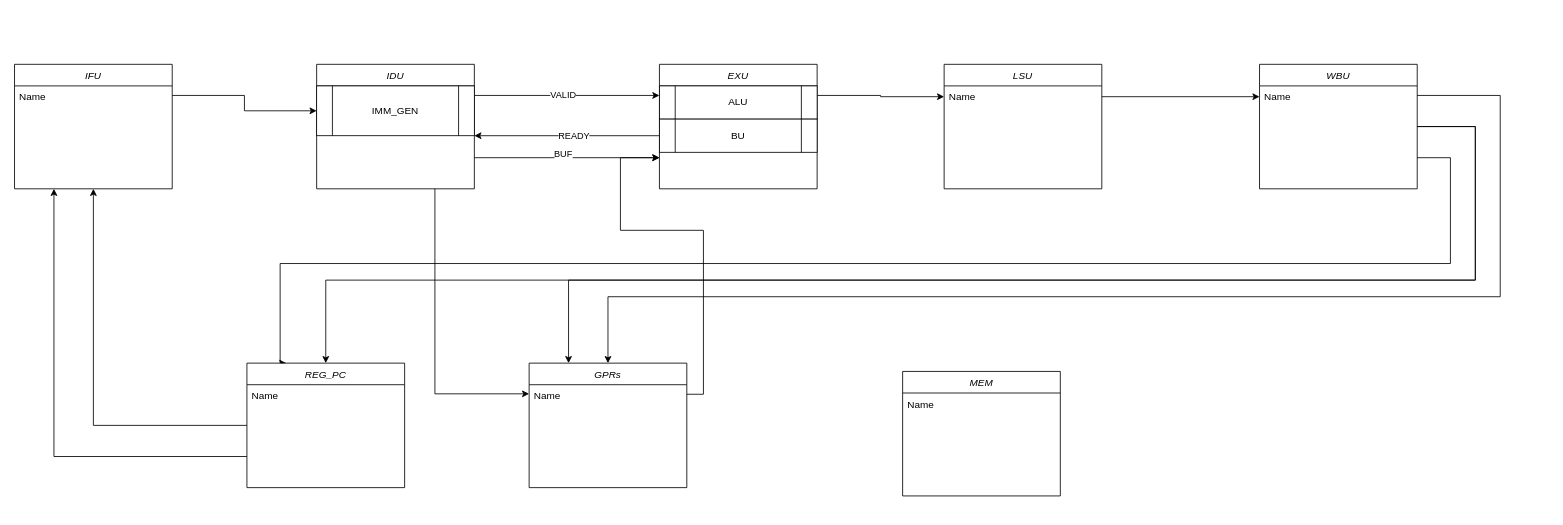
This is efactor_npc.drawio from rand-kcs/demo, a draw.io file, before an edit. Source tidied: cells renumbered, new cells numbered last; positions are measured from the earlier drawing's top-left corner, leaving out a move shared by most shapes. Both pictures are drawn from the tidied source at 83%, with x=0, y=0 at pixel (14, 64).
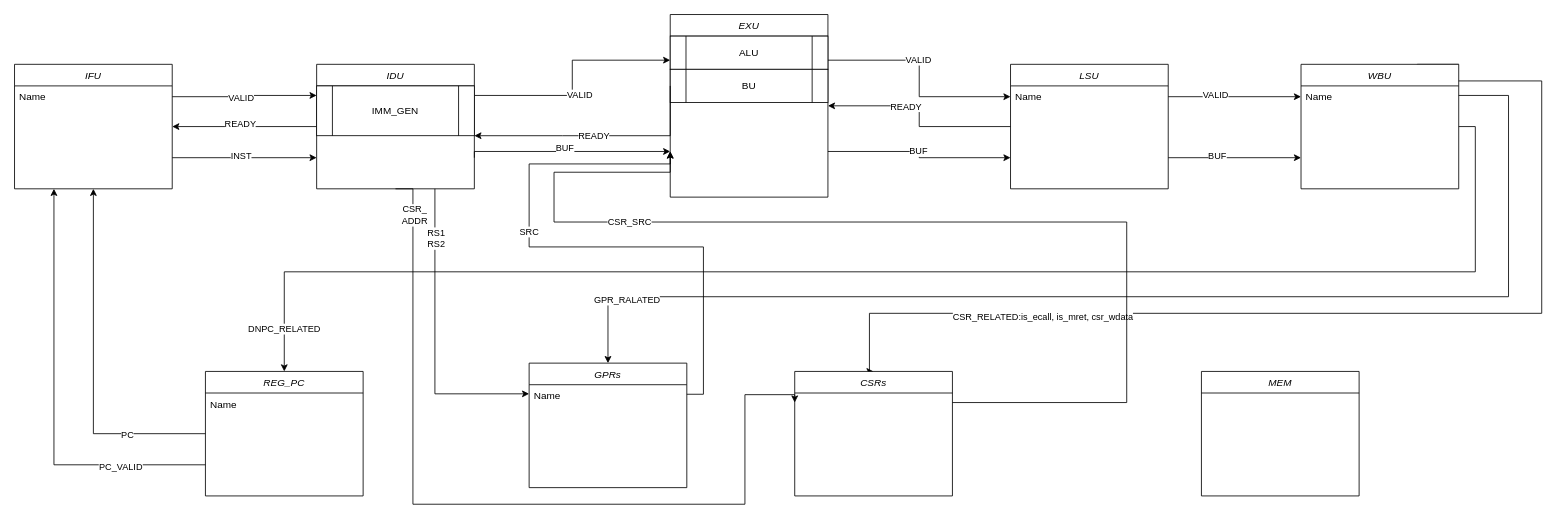
The same diagram, later.

The change refers to these unchanged cells:
```xml
<mxCell id="3" value="IFU" style="swimlane;fontStyle=2;align=center;verticalAlign=top;horizontal=1;startSize=26;rounded=0;shadow=0;strokeWidth=1;" parent="1" vertex="1">
  <mxGeometry width="190" height="150" as="geometry" />
</mxCell>
<mxCell id="4" value="Name" style="text;align=left;verticalAlign=top;spacingLeft=4;spacingRight=4;overflow=hidden;points=[[0,0.5],[1,0.5]];portConstraint=eastwest;" parent="3" vertex="1">
  <mxGeometry y="26" width="190" height="26" as="geometry" />
</mxCell>
<mxCell id="11" style="edgeStyle=orthogonalEdgeStyle;rounded=0;jettySize=auto;html=1;exitX=1;exitY=0.25;exitDx=0;exitDy=0;entryX=0;entryY=0.5;entryDx=0;entryDy=0;" parent="1" edge="1" source="12" target="23">
  <mxGeometry relative="1" as="geometry" />
</mxCell>
<mxCell id="19" style="edgeStyle=orthogonalEdgeStyle;rounded=0;jettySize=auto;html=1;exitX=0.75;exitY=1;exitDx=0;exitDy=0;entryX=0;entryY=0.5;entryDx=0;entryDy=0;" parent="1" edge="1" source="20" target="28">
  <mxGeometry relative="1" as="geometry" />
</mxCell>
<mxCell id="20" value="IDU" style="swimlane;fontStyle=2;align=center;verticalAlign=top;horizontal=1;startSize=26;rounded=0;shadow=0;strokeWidth=1;" parent="1" vertex="1">
  <mxGeometry x="364" width="190" height="150" as="geometry" />
</mxCell>
<mxCell id="21" value="IMM_GEN" style="shape=process;whiteSpace=wrap;html=1;backgroundOutline=1;" parent="20" vertex="1">
  <mxGeometry y="26" width="190" height="60" as="geometry" />
</mxCell>
<mxCell id="27" value="GPRs" style="swimlane;fontStyle=2;align=center;verticalAlign=top;horizontal=1;startSize=26;rounded=0;shadow=0;strokeWidth=1;" parent="1" vertex="1">
  <mxGeometry x="620" y="360" width="190" height="150" as="geometry" />
</mxCell>
<mxCell id="29" style="edgeStyle=orthogonalEdgeStyle;rounded=0;jettySize=auto;html=1;exitX=0;exitY=0.5;exitDx=0;exitDy=0;entryX=0.5;entryY=1;entryDx=0;entryDy=0;" parent="1" edge="1" source="31" target="3">
  <mxGeometry relative="1" as="geometry" />
</mxCell>
<mxCell id="30" style="edgeStyle=orthogonalEdgeStyle;rounded=0;jettySize=auto;html=1;exitX=0;exitY=0.75;exitDx=0;exitDy=0;entryX=0.25;entryY=1;entryDx=0;entryDy=0;" parent="1" edge="1" source="31" target="3">
  <mxGeometry relative="1" as="geometry" />
</mxCell>
<mxCell id="33" style="edgeStyle=orthogonalEdgeStyle;rounded=0;jettySize=auto;html=1;exitX=1;exitY=0.5;exitDx=0;exitDy=0;entryX=0;entryY=0.5;entryDx=0;entryDy=0;" parent="1" edge="1" source="23" target="10">
  <mxGeometry relative="1" as="geometry" />
</mxCell>
```

Diff of the diagram source:
```diff
@@
-    <mxCell id="2" style="edgeStyle=orthogonalEdgeStyle;rounded=0;jettySize=auto;html=1;exitX=1;exitY=0.25;exitDx=0;exitDy=0;entryX=0;entryY=0.5;entryDx=0;entryDy=0;" parent="1" edge="1" source="3" target="21">
-      <mxGeometry relative="1" as="geometry" />
-    </mxCell>
+    <mxCell id="36" style="edgeStyle=orthogonalEdgeStyle;rounded=0;jettySize=auto;html=1;exitX=1;exitY=0.75;exitDx=0;exitDy=0;entryX=0;entryY=0.75;entryDx=0;entryDy=0;" parent="1" edge="1" source="3" target="20">
+      <mxGeometry relative="1" as="geometry" />
+    </mxCell>
+    <mxCell id="37" value="INST" style="edgeLabel;html=1;align=center;verticalAlign=middle;" parent="36" vertex="1">
+      <mxGeometry x="-0.06" y="2" relative="1" as="geometry" />
+    </mxCell>
@@
-    <mxCell id="5" style="edgeStyle=orthogonalEdgeStyle;rounded=0;jettySize=auto;html=1;exitX=1;exitY=0.75;exitDx=0;exitDy=0;entryX=0.25;entryY=0;entryDx=0;entryDy=0;" parent="1" edge="1" source="9" target="31">
-      <mxGeometry relative="1" as="geometry">
-        <Array as="points">
-          <mxPoint x="1730" y="113" />
-          <mxPoint x="1730" y="240" />
-          <mxPoint x="320" y="240" />
-          <mxPoint x="320" y="360" />
-        </Array>
-      </mxGeometry>
-    </mxCell>
     <mxCell id="6" style="edgeStyle=orthogonalEdgeStyle;rounded=0;jettySize=auto;html=1;exitX=1;exitY=0.5;exitDx=0;exitDy=0;entryX=0.5;entryY=0;entryDx=0;entryDy=0;" parent="1" edge="1" source="9" target="31">
       <mxGeometry relative="1" as="geometry">
         <Array as="points">
           <mxPoint x="1760" y="75" />
-          <mxPoint x="1760" y="260" />
-          <mxPoint x="375" y="260" />
+          <mxPoint x="1760" y="250" />
+          <mxPoint x="325" y="250" />
         </Array>
       </mxGeometry>
     </mxCell>
-    <mxCell id="7" style="edgeStyle=orthogonalEdgeStyle;rounded=0;jettySize=auto;html=1;exitX=1;exitY=0.5;exitDx=0;exitDy=0;entryX=0.25;entryY=0;entryDx=0;entryDy=0;" parent="1" edge="1" source="9" target="27">
-      <mxGeometry relative="1" as="geometry">
-        <Array as="points">
-          <mxPoint x="1760" y="75" />
-          <mxPoint x="1760" y="260" />
-          <mxPoint x="668" y="260" />
-        </Array>
-      </mxGeometry>
-    </mxCell>
+    <mxCell id="38" value="DNPC_RELATED" style="edgeLabel;html=1;align=center;verticalAlign=middle;" parent="6" vertex="1">
+      <mxGeometry x="0.94" y="-1" relative="1" as="geometry" />
+    </mxCell>
     <mxCell id="8" style="edgeStyle=orthogonalEdgeStyle;rounded=0;jettySize=auto;html=1;exitX=1;exitY=0.25;exitDx=0;exitDy=0;entryX=0.5;entryY=0;entryDx=0;entryDy=0;" parent="1" edge="1" source="9" target="27">
       <mxGeometry relative="1" as="geometry">
         <Array as="points">
-          <mxPoint x="1790" y="37" />
-          <mxPoint x="1790" y="280" />
+          <mxPoint x="1800" y="38" />
+          <mxPoint x="1800" y="280" />
           <mxPoint x="715" y="280" />
         </Array>
       </mxGeometry>
     </mxCell>
+    <mxCell id="39" value="GPR_RALATED" style="edgeLabel;html=1;align=center;verticalAlign=middle;" parent="8" vertex="1">
+      <mxGeometry x="0.86" y="3" relative="1" as="geometry" />
+    </mxCell>
+    <mxCell id="40" style="edgeStyle=orthogonalEdgeStyle;rounded=0;jettySize=auto;html=1;exitX=1;exitY=0;exitDx=0;exitDy=0;entryX=0.5;entryY=0;entryDx=0;entryDy=0;" parent="1" edge="1" source="9" target="60">
+      <mxGeometry relative="1" as="geometry">
+        <Array as="points">
+          <mxPoint x="1690" />
+          <mxPoint x="1690" y="20" />
+          <mxPoint x="1840" y="20" />
+          <mxPoint x="1840" y="300" />
+          <mxPoint x="1030" y="300" />
+          <mxPoint x="1030" y="370" />
+        </Array>
+      </mxGeometry>
+    </mxCell>
+    <mxCell id="41" value="CSR_RELATED:is_ecall, is_mret, csr_wdata" style="edgeLabel;html=1;align=center;verticalAlign=middle;" parent="40" vertex="1">
+      <mxGeometry x="0.59" y="3" relative="1" as="geometry">
+        <mxPoint x="-1" as="offset" />
+      </mxGeometry>
+    </mxCell>
     <mxCell id="9" value="WBU" style="swimlane;fontStyle=2;align=center;verticalAlign=top;horizontal=1;startSize=26;rounded=0;shadow=0;strokeWidth=1;" parent="1" vertex="1">
-      <mxGeometry x="1500" width="190" height="150" as="geometry" />
+      <mxGeometry x="1550" width="190" height="150" as="geometry" />
     </mxCell>
@@
+    <mxCell id="42" value="VALID" style="edgeLabel;html=1;align=center;verticalAlign=middle;" parent="11" vertex="1">
+      <mxGeometry x="-0.18" y="1" relative="1" as="geometry" />
+    </mxCell>
+    <mxCell id="43" style="edgeStyle=orthogonalEdgeStyle;rounded=0;jettySize=auto;html=1;exitX=1;exitY=0.75;exitDx=0;exitDy=0;entryX=0;entryY=0.75;entryDx=0;entryDy=0;" parent="1" edge="1" source="12" target="22">
+      <mxGeometry relative="1" as="geometry" />
+    </mxCell>
+    <mxCell id="44" value="BUF" style="edgeLabel;html=1;align=center;verticalAlign=middle;" parent="43" vertex="1">
+      <mxGeometry x="-0.05" y="1" relative="1" as="geometry" />
+    </mxCell>
     <mxCell id="12" value="EXU" style="swimlane;fontStyle=2;align=center;verticalAlign=top;horizontal=1;startSize=26;rounded=0;shadow=0;strokeWidth=1;" parent="1" vertex="1">
-      <mxGeometry x="777" width="190" height="150" as="geometry" />
+      <mxGeometry x="790" y="-60" width="190" height="220" as="geometry" />
     </mxCell>
@@
     <mxCell id="17" style="edgeStyle=orthogonalEdgeStyle;rounded=0;jettySize=auto;html=1;exitX=1;exitY=0.75;exitDx=0;exitDy=0;entryX=0;entryY=0.75;entryDx=0;entryDy=0;" parent="1" edge="1" source="20" target="12">
-      <mxGeometry relative="1" as="geometry" />
+      <mxGeometry relative="1" as="geometry">
+        <Array as="points">
+          <mxPoint x="554" y="105" />
+        </Array>
+      </mxGeometry>
     </mxCell>
@@
+    <mxCell id="45" value="RS1&lt;br&gt;RS2" style="edgeLabel;html=1;align=center;verticalAlign=middle;" parent="19" vertex="1">
+      <mxGeometry x="-0.72" y="1" relative="1" as="geometry">
+        <mxPoint y="9" as="offset" />
+      </mxGeometry>
+    </mxCell>
+    <mxCell id="46" style="edgeStyle=orthogonalEdgeStyle;rounded=0;jettySize=auto;html=1;exitX=0.5;exitY=1;exitDx=0;exitDy=0;entryX=0;entryY=0.25;entryDx=0;entryDy=0;" parent="1" edge="1" source="20" target="60">
+      <mxGeometry relative="1" as="geometry">
+        <Array as="points">
+          <mxPoint x="480" y="150" />
+          <mxPoint x="480" y="530" />
+          <mxPoint x="880" y="530" />
+          <mxPoint x="880" y="398" />
+          <mxPoint x="940" y="398" />
+        </Array>
+      </mxGeometry>
+    </mxCell>
+    <mxCell id="47" value="CSR_&lt;br&gt;ADDR" style="edgeLabel;html=1;align=center;verticalAlign=middle;" parent="46" vertex="1">
+      <mxGeometry x="-0.89" y="1" relative="1" as="geometry">
+        <mxPoint y="-3" as="offset" />
+      </mxGeometry>
+    </mxCell>
+    <mxCell id="48" style="edgeStyle=orthogonalEdgeStyle;rounded=0;jettySize=auto;html=1;exitX=0;exitY=0.5;exitDx=0;exitDy=0;entryX=1;entryY=0.5;entryDx=0;entryDy=0;" parent="1" edge="1" source="20" target="3">
+      <mxGeometry relative="1" as="geometry" />
+    </mxCell>
+    <mxCell id="49" value="READY" style="edgeLabel;html=1;align=center;verticalAlign=middle;" parent="48" vertex="1">
+      <mxGeometry x="0.07" y="-4" relative="1" as="geometry" />
+    </mxCell>
@@
+    <mxCell id="50" style="edgeStyle=orthogonalEdgeStyle;rounded=0;jettySize=auto;html=1;exitX=0;exitY=0.5;exitDx=0;exitDy=0;entryX=1;entryY=0.5;entryDx=0;entryDy=0;" parent="1" edge="1" source="22" target="12">
+      <mxGeometry relative="1" as="geometry" />
+    </mxCell>
+    <mxCell id="51" value="READY" style="edgeLabel;html=1;align=center;verticalAlign=middle;" parent="50" vertex="1">
+      <mxGeometry x="0.35" relative="1" as="geometry">
+        <mxPoint x="13" as="offset" />
+      </mxGeometry>
+    </mxCell>
+    <mxCell id="52" style="edgeStyle=orthogonalEdgeStyle;rounded=0;jettySize=auto;html=1;exitX=1;exitY=0.75;exitDx=0;exitDy=0;entryX=0;entryY=0.75;entryDx=0;entryDy=0;" parent="1" edge="1" source="22" target="9">
+      <mxGeometry relative="1" as="geometry" />
+    </mxCell>
+    <mxCell id="53" value="BUF" style="edgeLabel;html=1;align=center;verticalAlign=middle;" parent="52" vertex="1">
+      <mxGeometry x="-0.27" y="2" relative="1" as="geometry" />
+    </mxCell>
     <mxCell id="22" value="LSU" style="swimlane;fontStyle=2;align=center;verticalAlign=top;horizontal=1;startSize=26;rounded=0;shadow=0;strokeWidth=1;" parent="1" vertex="1">
-      <mxGeometry x="1120" width="190" height="150" as="geometry" />
+      <mxGeometry x="1200" width="190" height="150" as="geometry" />
     </mxCell>
@@
     <mxCell id="24" value="MEM" style="swimlane;fontStyle=2;align=center;verticalAlign=top;horizontal=1;startSize=26;rounded=0;shadow=0;strokeWidth=1;" parent="1" vertex="1">
-      <mxGeometry x="1070" y="370" width="190" height="150" as="geometry" />
+      <mxGeometry x="1430" y="370" width="190" height="150" as="geometry" />
     </mxCell>
-    <mxCell id="25" value="Name" style="text;align=left;verticalAlign=top;spacingLeft=4;spacingRight=4;overflow=hidden;" parent="24" vertex="1">
-      <mxGeometry y="26" width="190" height="26" as="geometry" />
-    </mxCell>
     <mxCell id="26" style="edgeStyle=orthogonalEdgeStyle;rounded=0;jettySize=auto;html=1;exitX=1;exitY=0.25;exitDx=0;exitDy=0;entryX=0;entryY=0.75;entryDx=0;entryDy=0;" parent="1" edge="1" source="27" target="12">
       <mxGeometry relative="1" as="geometry">
         <Array as="points">
           <mxPoint x="830" y="398" />
-          <mxPoint x="830" y="200" />
-          <mxPoint x="730" y="200" />
-          <mxPoint x="730" y="112" />
+          <mxPoint x="830" y="220" />
+          <mxPoint x="620" y="220" />
+          <mxPoint x="620" y="120" />
+          <mxPoint x="790" y="120" />
         </Array>
       </mxGeometry>
     </mxCell>
+    <mxCell id="54" value="SRC" style="edgeLabel;html=1;align=center;verticalAlign=middle;" parent="26" vertex="1">
+      <mxGeometry x="0.23" y="1" relative="1" as="geometry" />
+    </mxCell>
@@
+    <mxCell id="55" value="PC" style="edgeLabel;html=1;align=center;verticalAlign=middle;" parent="29" vertex="1">
+      <mxGeometry x="-0.56" y="1" relative="1" as="geometry" />
+    </mxCell>
@@
+    <mxCell id="56" value="PC_VALID" style="edgeLabel;html=1;align=center;verticalAlign=middle;" parent="30" vertex="1">
+      <mxGeometry x="-0.6" y="2" relative="1" as="geometry" />
+    </mxCell>
     <mxCell id="31" value="REG_PC" style="swimlane;fontStyle=2;align=center;verticalAlign=top;horizontal=1;startSize=26;rounded=0;shadow=0;strokeWidth=1;" parent="1" vertex="1">
-      <mxGeometry x="280" y="360" width="190" height="150" as="geometry" />
+      <mxGeometry x="230" y="370" width="190" height="150" as="geometry" />
     </mxCell>
@@
+    <mxCell id="57" value="VALID" style="edgeLabel;html=1;align=center;verticalAlign=middle;" parent="33" vertex="1">
+      <mxGeometry x="-0.3" y="3" relative="1" as="geometry" />
+    </mxCell>
@@
+    <mxCell id="58" style="edgeStyle=orthogonalEdgeStyle;rounded=0;jettySize=auto;html=1;exitX=1;exitY=0.25;exitDx=0;exitDy=0;entryX=0;entryY=0.75;entryDx=0;entryDy=0;" parent="1" edge="1" source="60" target="12">
+      <mxGeometry relative="1" as="geometry">
+        <Array as="points">
+          <mxPoint x="1340" y="408" />
+          <mxPoint x="1340" y="190" />
+          <mxPoint x="650" y="190" />
+          <mxPoint x="650" y="130" />
+          <mxPoint x="790" y="130" />
+        </Array>
+      </mxGeometry>
+    </mxCell>
+    <mxCell id="59" value="CSR_SRC" style="edgeLabel;html=1;align=center;verticalAlign=middle;" parent="58" vertex="1">
+      <mxGeometry x="0.53" y="-1" relative="1" as="geometry" />
+    </mxCell>
+    <mxCell id="60" value="CSRs" style="swimlane;fontStyle=2;align=center;verticalAlign=top;horizontal=1;startSize=26;rounded=0;shadow=0;strokeWidth=1;" parent="1" vertex="1">
+      <mxGeometry x="940" y="370" width="190" height="150" as="geometry" />
+    </mxCell>
+    <mxCell id="61" style="edgeStyle=orthogonalEdgeStyle;rounded=0;jettySize=auto;html=1;exitX=1;exitY=0.5;exitDx=0;exitDy=0;entryX=0;entryY=0.25;entryDx=0;entryDy=0;" parent="1" edge="1" source="4" target="20">
+      <mxGeometry relative="1" as="geometry" />
+    </mxCell>
+    <mxCell id="62" value="VALID" style="edgeLabel;html=1;align=center;verticalAlign=middle;" parent="61" vertex="1">
+      <mxGeometry x="-0.07" y="-1" relative="1" as="geometry" />
+    </mxCell>
```
